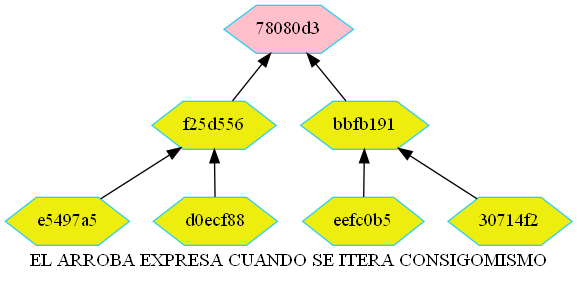
This is merkle.png from betebetoven/EDDS2F2, a Graphviz export, as it was before one commit. Its source is kept beside it as merkle.dot.
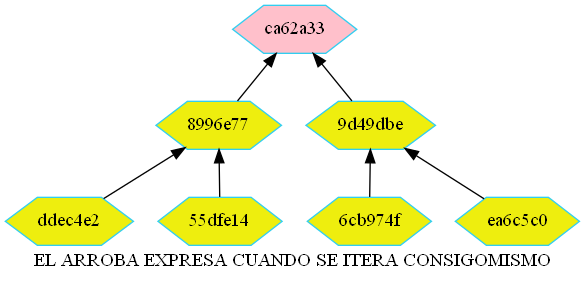
Later version of the same file.

Diff of the diagram source:
```diff
@@ -7,11 +7,11 @@
         node[color = "#31CEF0"]
         rankdir=BT;
 
-"e5497a5" -> "f25d556"
-"d0ecf88" -> "f25d556"
-"eefc0b5" -> "bbfb191"
-"30714f2" -> "bbfb191"
-"f25d556" -> "78080d3"
-"bbfb191" -> "78080d3"
-"78080d3"[fillcolor="pink"]
+"ddec4e2" -> "8996e77"
+"55dfe14" -> "8996e77"
+"6cb974f" -> "9d49dbe"
+"ea6c5c0" -> "9d49dbe"
+"8996e77" -> "ca62a33"
+"9d49dbe" -> "ca62a33"
+"ca62a33"[fillcolor="pink"]
 }
```
